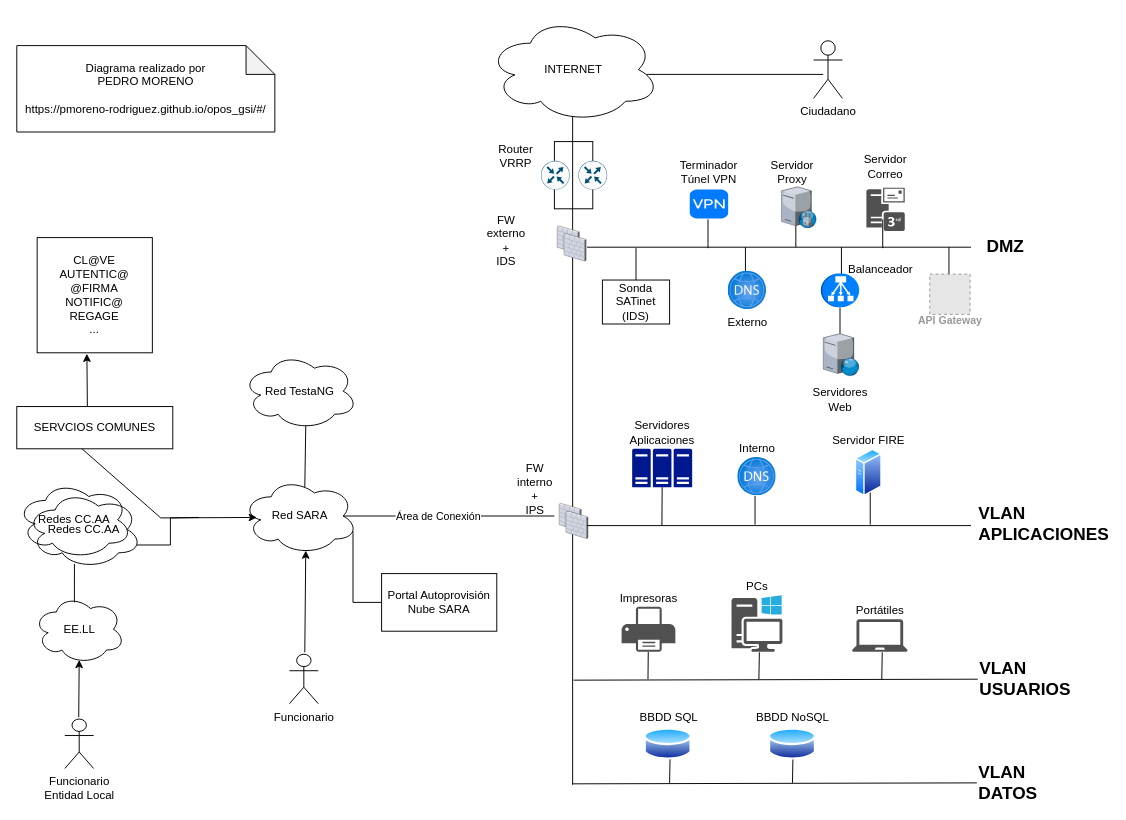
The draw.io diagram docs/diagramas/Diagrama-red-basico.drawio in pmoreno-rodriguez/opos_gsi, before the edit. Source tidied: cells renumbered, new cells numbered last; positions are measured from the earlier drawing's top-left corner, leaving out a move shared by most shapes. Both pictures are drawn from the tidied source at 96%, with x=0, y=0 at pixel (16, 16). Pictures stored in the file or linked from it are replaced by grey dashed boxes.
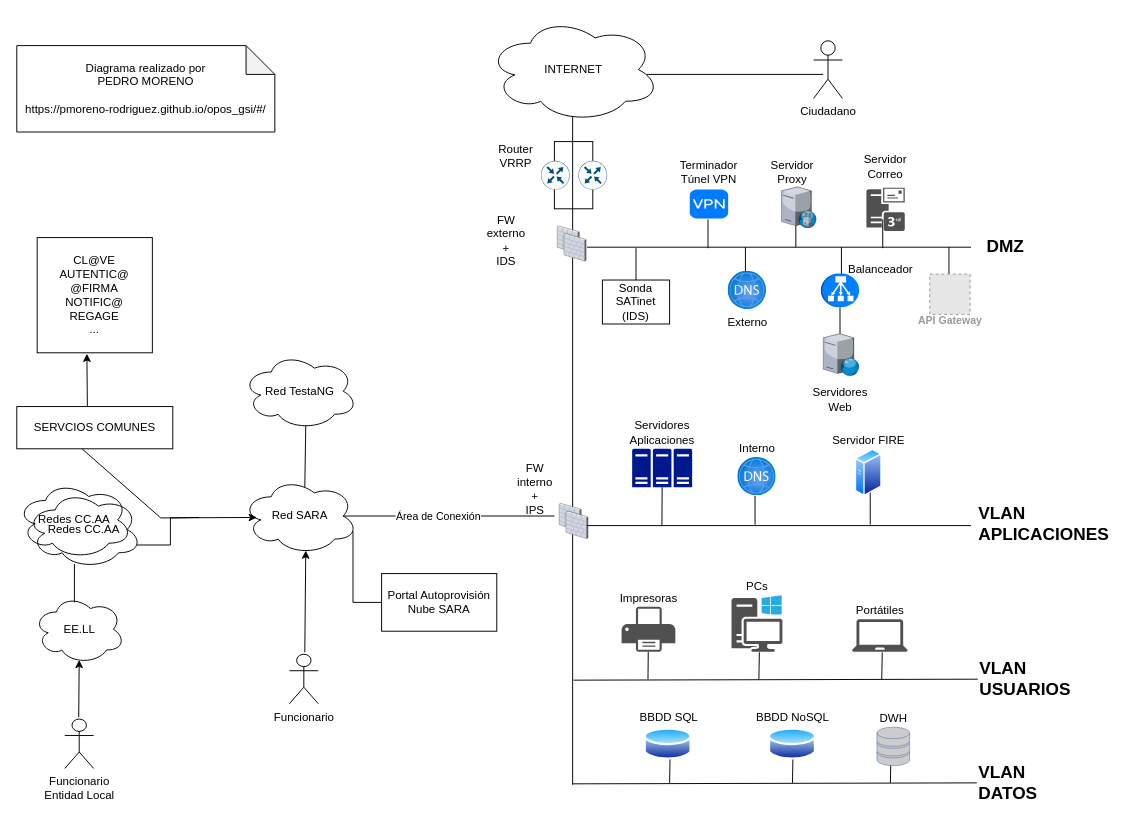
The same page after the edit.

Unchanged cells that the change refers to:
```xml
<mxCell id="58" style="group;" parent="1" vertex="1">
  <mxGeometry x="579" y="783" width="466" height="30" as="geometry" />
</mxCell>
```

Change to the diagram source:
```diff
@@
+    <mxCell id="101" style="endArrow=none;html=1;rounded=0;spacing=0;jumpSize=6;startSize=6;endSize=6;" parent="58" edge="1">
+      <mxGeometry relative="1" as="geometry">
+        <mxPoint x="331" y="15" as="sourcePoint" />
+        <mxPoint x="331.5" y="-13" as="targetPoint" />
+      </mxGeometry>
+    </mxCell>
@@
+    <mxCell id="102" value="DWH" style="fontColor=#000000;verticalAlign=bottom;verticalLabelPosition=top;labelPosition=center;align=center;html=1;fillColor=#CCCCCC;strokeColor=#6881B3;gradientColor=none;gradientDirection=north;strokeWidth=2;shape=mxgraph.networks.storage;" parent="1" vertex="1">
+      <mxGeometry x="896" y="740" width="34" height="40" as="geometry" />
+    </mxCell>
```
